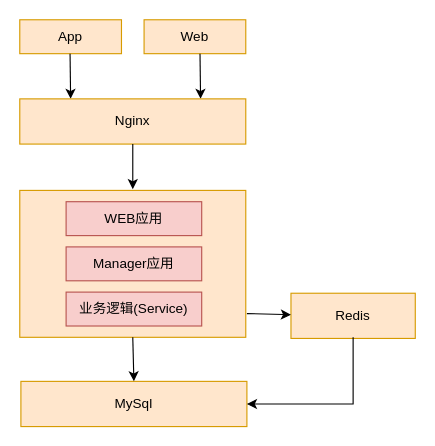
Before: page "单体" (1 of 4) of ppt1.drawio in liujx2005/liujx2005, a draw.io diagram. Source tidied: cells renumbered, new cells numbered last; positions are measured from the earlier drawing's top-left corner, leaving out a move shared by most shapes. Both pictures are drawn from the tidied source at 113%, with x=0, y=0 at pixel (19, 19).
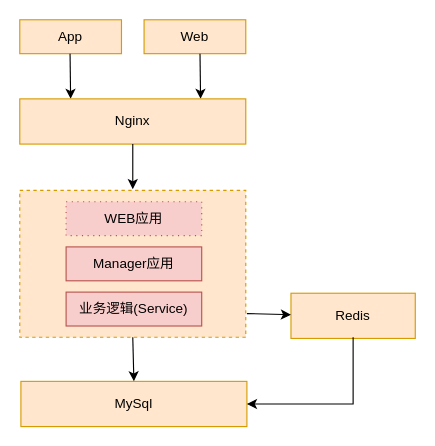
The same diagram, later.

Diff of the diagram source:
```diff
@@
-    <mxCell id="4" style="rounded=0;whiteSpace=wrap;html=1;fillColor=#ffe6cc;strokeColor=#d79b00;" parent="1" vertex="1">
+    <mxCell id="4" style="rounded=0;whiteSpace=wrap;html=1;fillColor=#ffe6cc;strokeColor=#d79b00;dashed=1;" parent="1" vertex="1">
       <mxGeometry y="151" width="200" height="130" as="geometry" />
     </mxCell>
-    <mxCell id="5" value="WEB应用" style="rounded=0;whiteSpace=wrap;html=1;fillColor=#f8cecc;strokeColor=#b85450;" parent="1" vertex="1">
+    <mxCell id="5" value="WEB应用" style="rounded=0;whiteSpace=wrap;html=1;fillColor=#f8cecc;strokeColor=#b85450;dashed=1;dashPattern=1 4;" parent="1" vertex="1">
       <mxGeometry x="41" y="161" width="120" height="30" as="geometry" />
     </mxCell>
```
